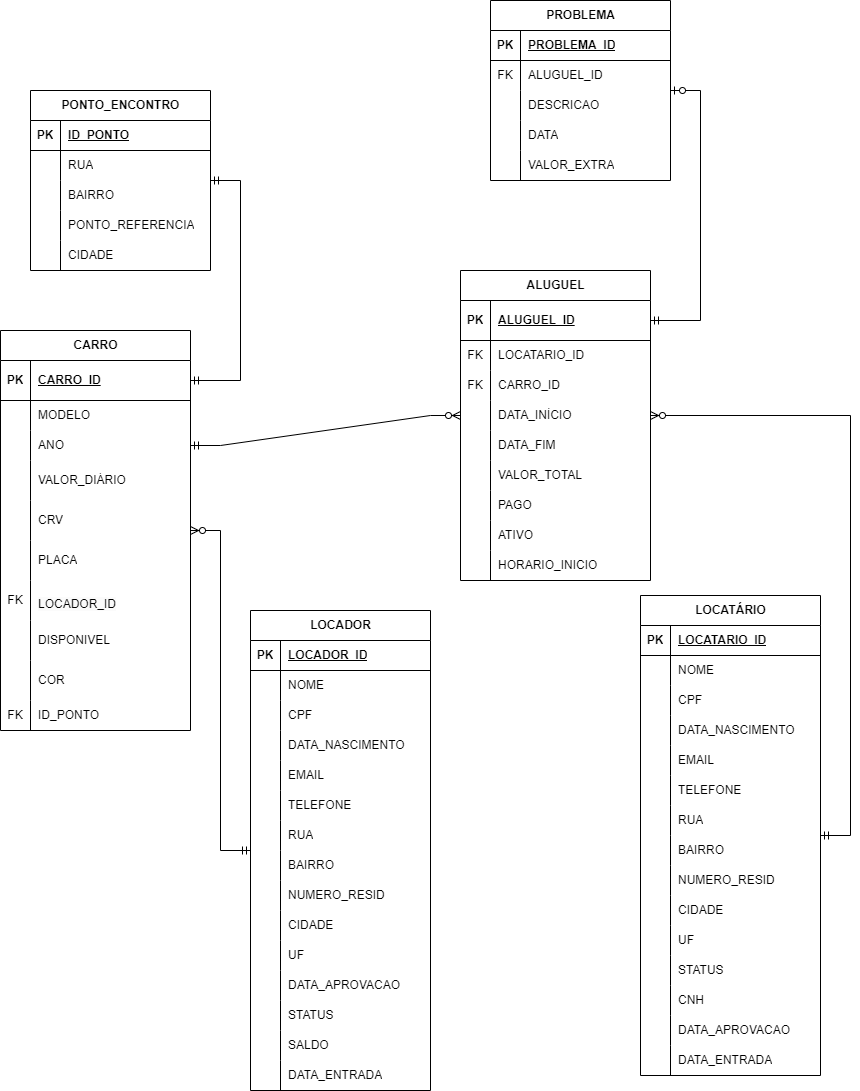
The draw.io diagram assets/database/ModeloRelacional.drawio.png in ICEI-PUC-Minas-PPLES-TI/plf-es-2024-1-ti2-1372100-grupo-1-wheelson, before a commit. Source tidied: cells renumbered, new cells last; positions are measured from the earlier drawing's top-left corner, leaving out a move shared by most shapes.
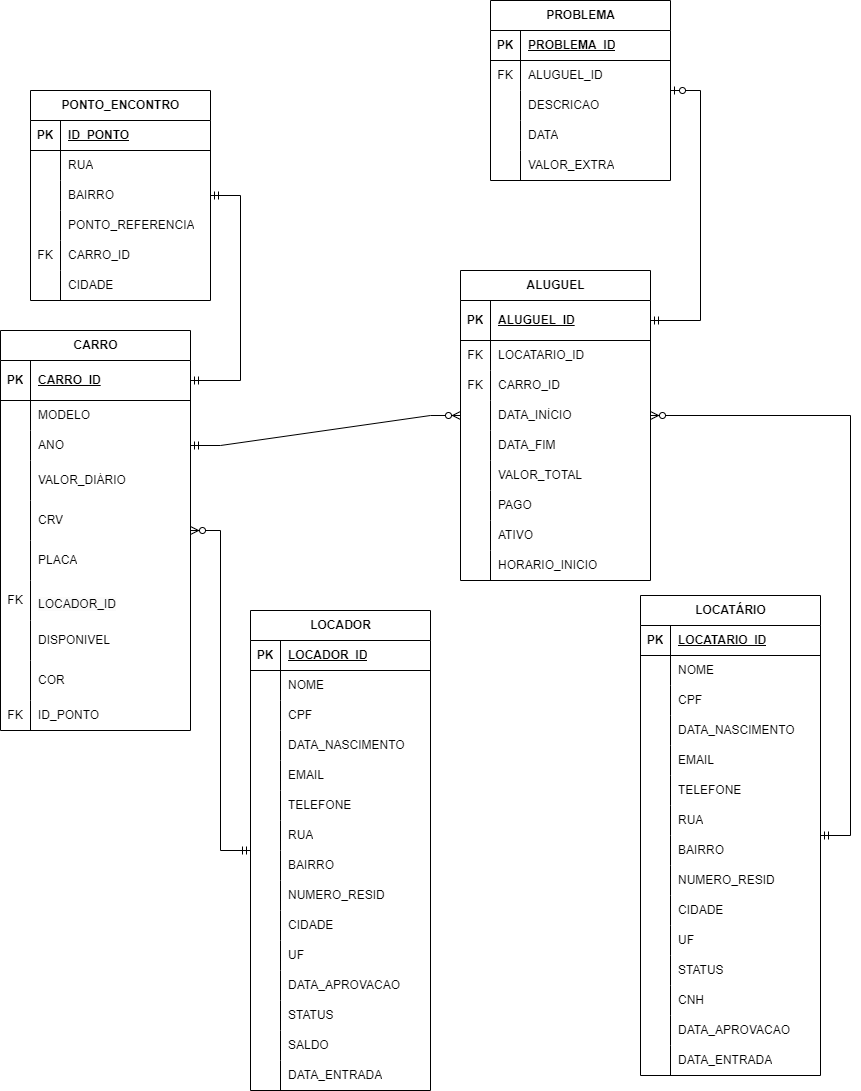
The same diagram one commit later.

Commit message:
Correção pequeno erro bd

What changed in the source:
```diff
@@ -522,7 +522,7 @@
       <mxGeometry relative="1" as="geometry" />
     </mxCell>
     <mxCell id="173" value="PONTO_ENCONTRO" style="shape=table;startSize=30;rowLines=0;fontStyle=1;align=center;html=1;" parent="1" vertex="1">
-      <mxGeometry x="30" y="90" width="180" height="180" as="geometry" />
+      <mxGeometry x="30" y="90" width="180" height="210" as="geometry" />
     </mxCell>
     <mxCell id="174" style="shape=tableRow;horizontal=0;startSize=0;swimlaneHead=0;swimlaneBody=0;fillColor=none;top=0;left=0;right=0;bottom=1;" parent="173" vertex="1">
       <mxGeometry y="30" width="180" height="30" as="geometry" />
@@ -560,8 +560,17 @@
     <mxCell id="185" value="PONTO_REFERENCIA" style="shape=partialRectangle;fillColor=none;top=0;left=0;bottom=0;right=0;align=left;spacingLeft=6;overflow=hidden;whiteSpace=wrap;html=1;" parent="183" vertex="1">
       <mxGeometry x="30" width="150" height="30" as="geometry" />
     </mxCell>
+    <mxCell id="190" style="shape=tableRow;horizontal=0;startSize=0;swimlaneHead=0;swimlaneBody=0;top=0;left=0;bottom=0;right=0;fillColor=none;" parent="173" vertex="1">
+      <mxGeometry y="150" width="180" height="30" as="geometry" />
+    </mxCell>
+    <mxCell id="191" value="FK" style="shape=partialRectangle;html=1;whiteSpace=wrap;fillColor=none;top=0;left=0;bottom=0;right=0;overflow=hidden;" parent="190" vertex="1">
+      <mxGeometry width="30" height="30" as="geometry" />
+    </mxCell>
+    <mxCell id="192" value="CARRO_ID" style="shape=partialRectangle;html=1;whiteSpace=wrap;fillColor=none;top=0;left=0;bottom=0;right=0;align=left;spacingLeft=6;overflow=hidden;" parent="190" vertex="1">
+      <mxGeometry x="30" width="150" height="30" as="geometry" />
+    </mxCell>
     <mxCell id="186" style="shape=tableRow;horizontal=0;startSize=0;swimlaneHead=0;swimlaneBody=0;fillColor=none;top=0;left=0;right=0;bottom=0;" parent="173" vertex="1">
-      <mxGeometry y="150" width="180" height="30" as="geometry" />
+      <mxGeometry y="180" width="180" height="30" as="geometry" />
     </mxCell>
     <mxCell id="187" style="shape=partialRectangle;fillColor=none;top=0;left=0;bottom=0;right=0;overflow=hidden;whiteSpace=wrap;html=1;" parent="186" vertex="1">
       <mxGeometry width="30" height="30" as="geometry" />
```
